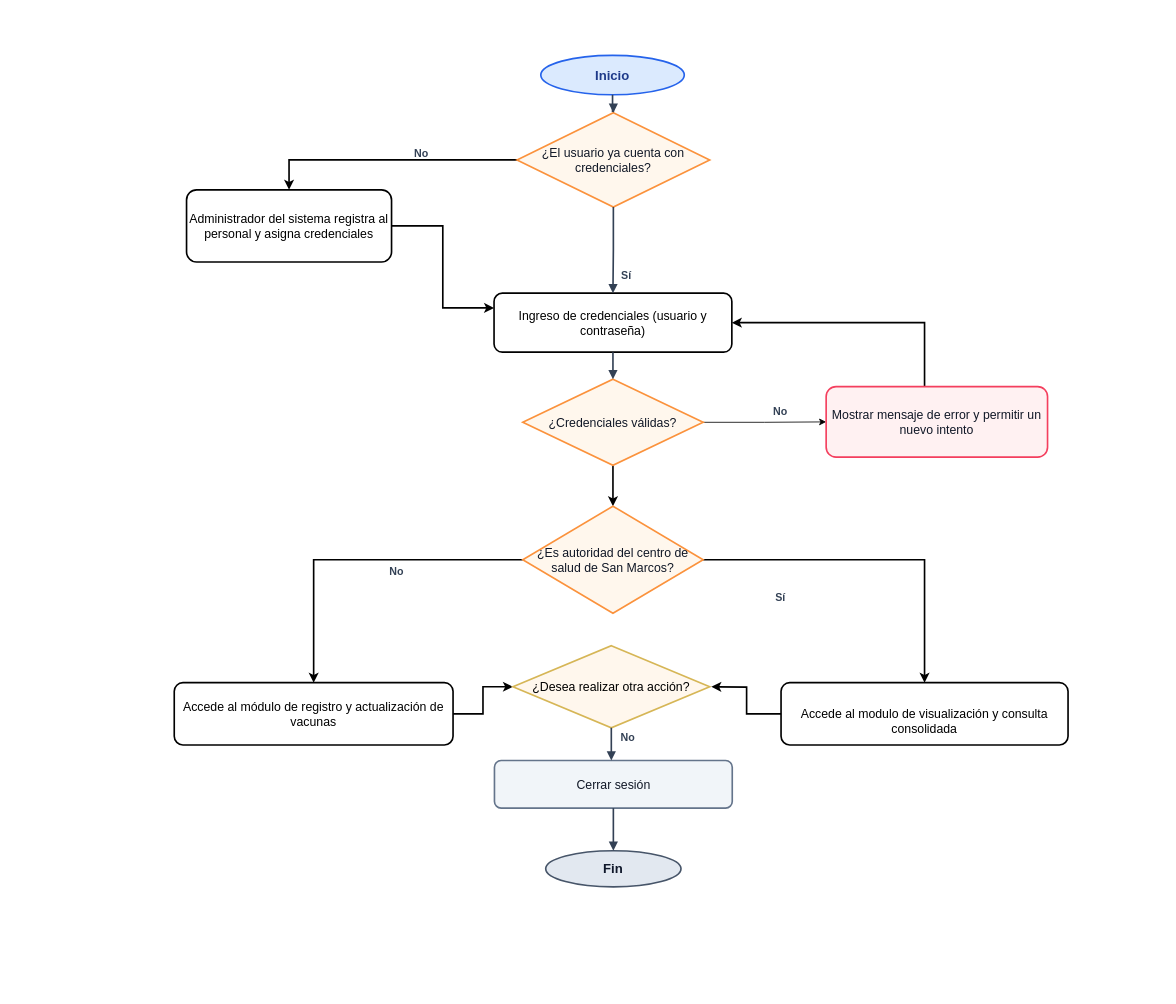
The draw.io diagram Diagramas/diagrama_flujo_vacunas.drawio in WishoSz/PropuestaProyectoDeCarrera, before the edit. Source tidied: cells renumbered, new cells numbered last; positions are measured from the earlier drawing's top-left corner, leaving out a move shared by most shapes. Both pictures are drawn from the tidied source at 82%, with x=0, y=0 at pixel (14, 14).
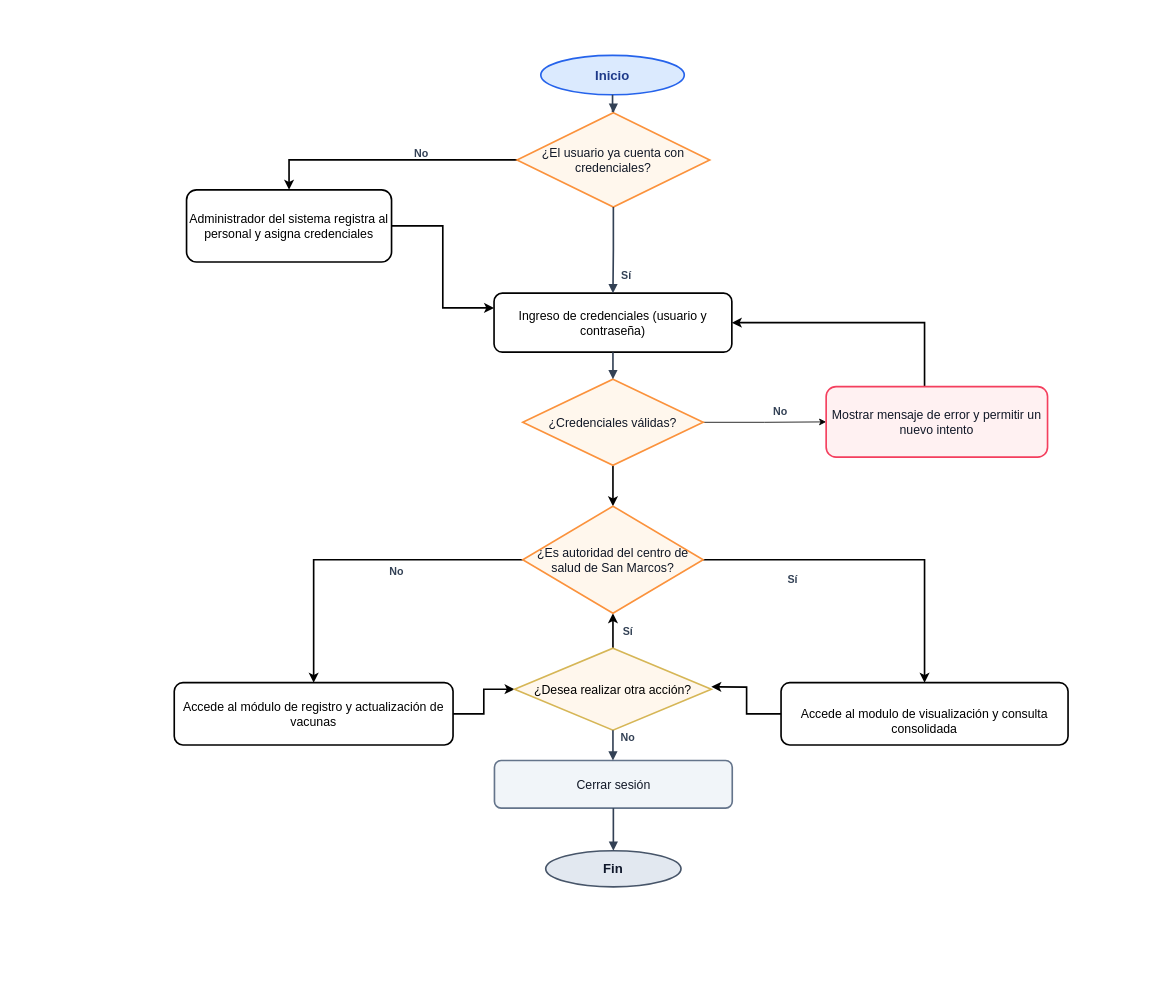
The same page after the edit.

Commit message (it also covers changes not shown here):
Compuse el diagrama de flujo

The change refers to these unchanged cells:
```xml
<mxCell id="33" value="¿Es autoridad del centro de salud de San Marcos?" style="rhombus;whiteSpace=wrap;html=1;strokeWidth=2;strokeColor=#fb923c;fillColor=#fff7ed;fontSize=15;fontColor=#111827;align=center;verticalAlign=middle;" parent="1" vertex="1">
  <mxGeometry x="620" y="599.8" width="220" height="130.5" as="geometry" />
</mxCell>
```

Diff of the diagram source:
```diff
@@
+    <mxCell id="35" style="edgeStyle=orthogonalEdgeStyle;rounded=0;jettySize=auto;html=1;strokeWidth=2;" parent="1" edge="1" source="19" target="33">
+      <mxGeometry relative="1" as="geometry" />
+    </mxCell>
     <mxCell id="19" value="¿Desea realizar otra acción?" style="rhombus;whiteSpace=wrap;html=1;strokeWidth=2;strokeColor=#d6b656;fillColor=#FFF7ED;fontSize=15;align=center;verticalAlign=middle;" parent="1" vertex="1">
-      <mxGeometry x="608" y="770" width="240" height="100" as="geometry" />
+      <mxGeometry x="610" y="773" width="240" height="100" as="geometry" />
     </mxCell>
@@
     <mxCell id="26" value="Sí" style="text;html=1;strokeColor=none;fillColor=none;align=center;verticalAlign=middle;fontSize=13;fontStyle=1;fontColor=#334155;" parent="1" vertex="1">
-      <mxGeometry x="920" y="702" width="28" height="18" as="geometry" />
+      <mxGeometry x="935" y="680" width="28" height="18" as="geometry" />
     </mxCell>
@@
+    <mxCell id="36" value="Sí" style="text;html=1;strokeColor=none;fillColor=none;align=center;verticalAlign=middle;fontSize=13;fontStyle=1;fontColor=#334155;" parent="1" vertex="1">
+      <mxGeometry x="734" y="743" width="28" height="18" as="geometry" />
+    </mxCell>
```
